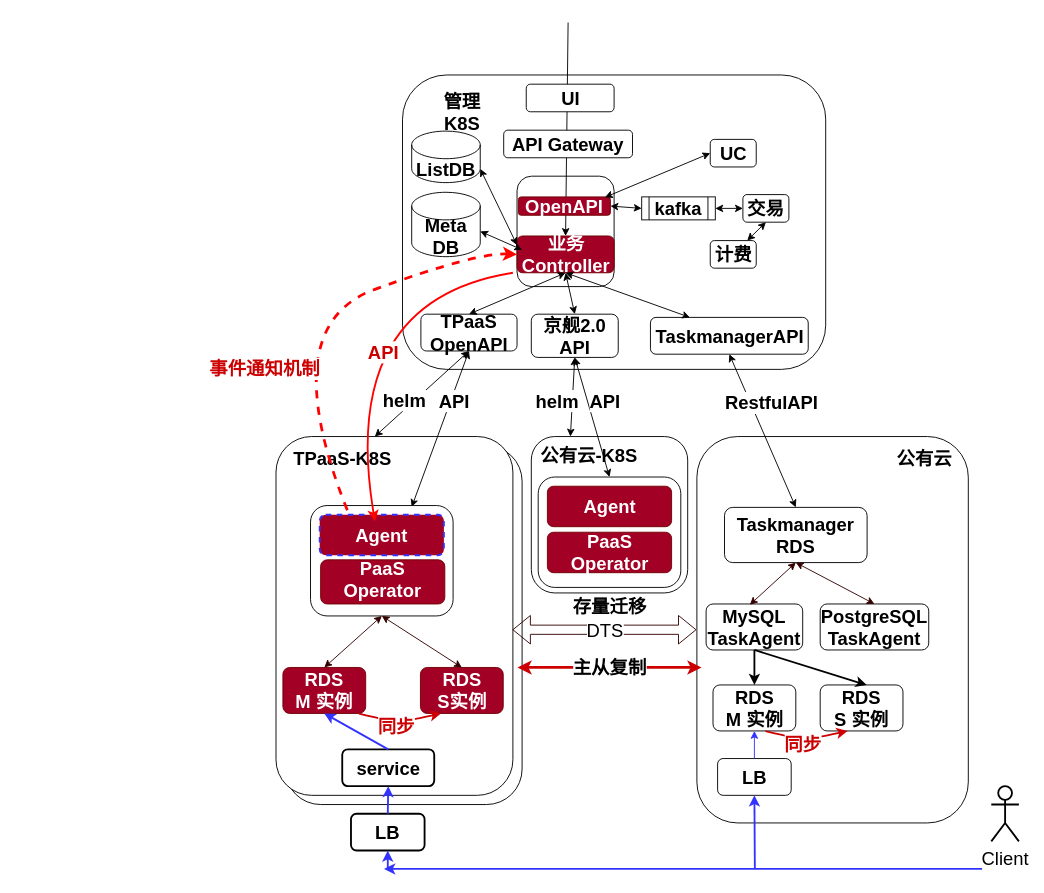
The draw.io diagram page "第 12 页" (12 of 13) of TPASS.drawio in zjtheone/read-the-fxxk-code, before the edit. Source tidied: cells renumbered, new cells numbered last; positions are measured from the earlier drawing's top-left corner, leaving out a move shared by most shapes. Both pictures are drawn from the tidied source at 92%, with x=0, y=0 at pixel (273, 22).
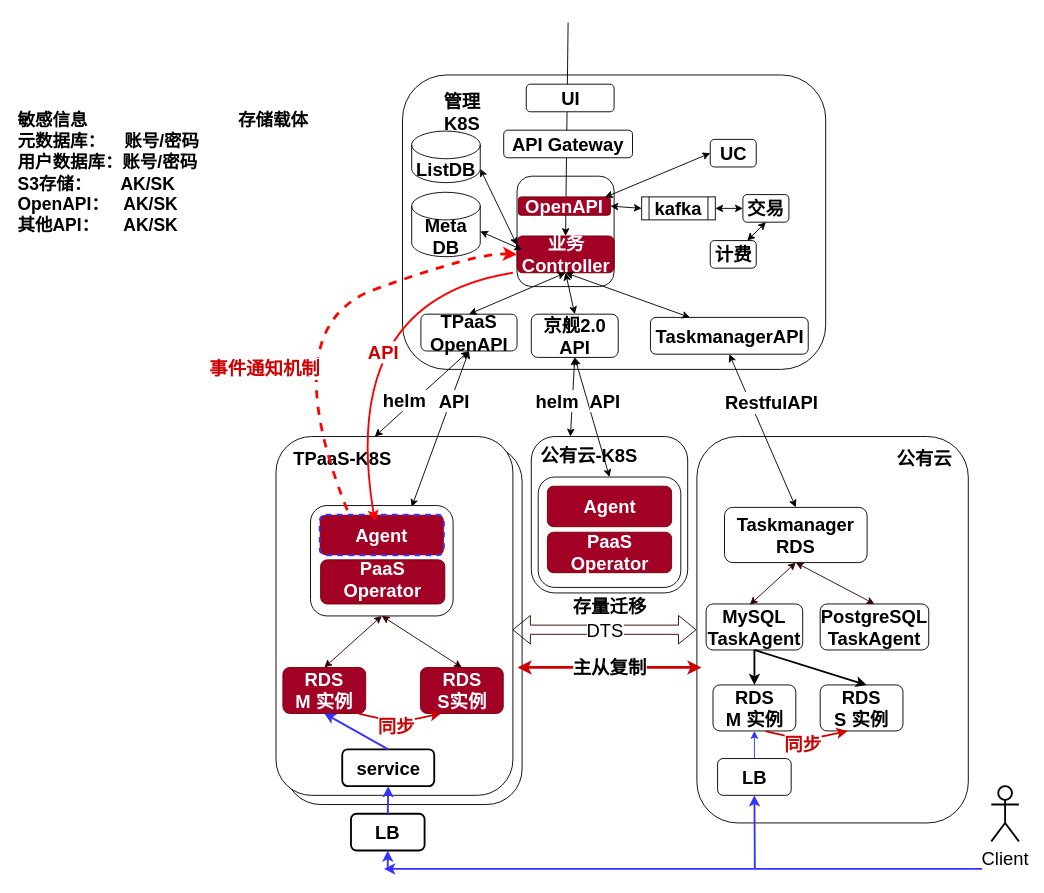
The same page after the edit.

The edit, as a diff of the source:
```diff
@@
+    <mxCell id="85" value="&lt;b style=&quot;font-size: 19px;&quot;&gt;敏感信息&amp;nbsp; &amp;nbsp; &amp;nbsp; &amp;nbsp; &amp;nbsp; &amp;nbsp; &amp;nbsp; &amp;nbsp; &amp;nbsp; &amp;nbsp; &amp;nbsp; &amp;nbsp; &amp;nbsp; &amp;nbsp; &amp;nbsp; &amp;nbsp;存储载体&lt;br&gt;元数据库：&amp;nbsp; &amp;nbsp; 账号/密码&lt;br&gt;用户数据库：账号/密码&lt;br&gt;S3存储：&amp;nbsp; &amp;nbsp; &amp;nbsp; AK/SK&lt;br&gt;OpenAPI：&amp;nbsp; &amp;nbsp;AK/SK&lt;br&gt;其他API：&amp;nbsp; &amp;nbsp; &amp;nbsp;AK/SK&lt;/b&gt;" style="text;html=1;strokeColor=none;fillColor=none;align=left;verticalAlign=middle;whiteSpace=wrap;rounded=0;" parent="1" vertex="1">
+      <mxGeometry x="-280" y="90" width="350" height="147" as="geometry" />
+    </mxCell>
```
